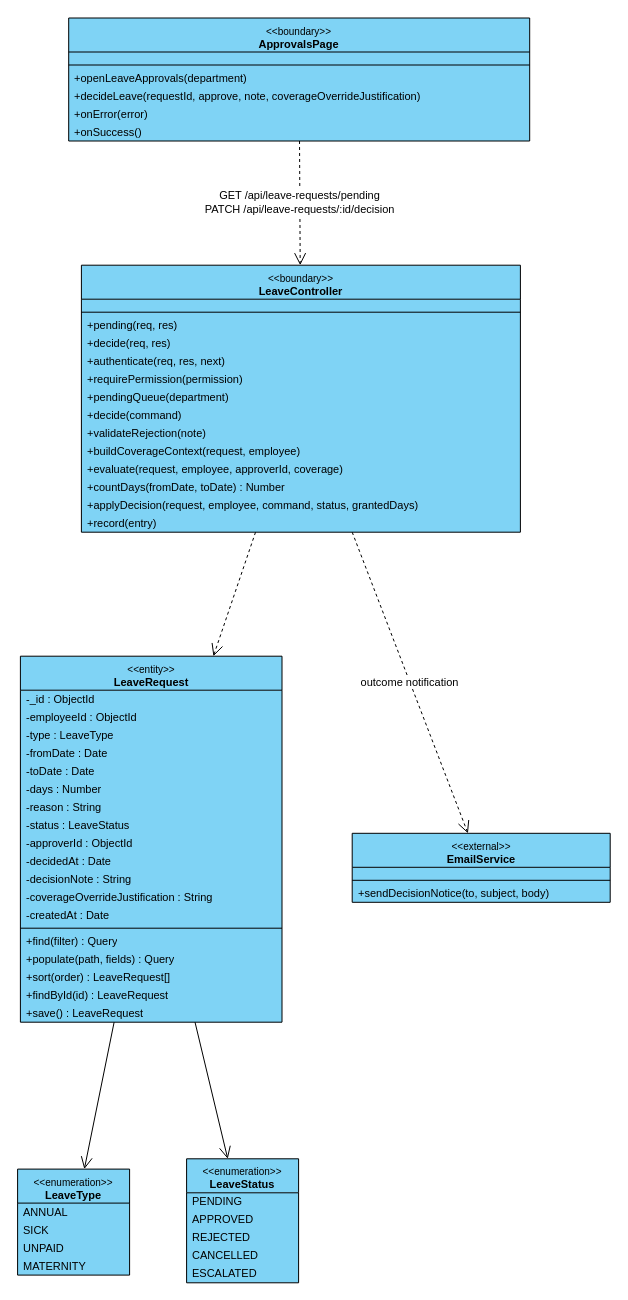
Earlier version of the draw.io diagram final/diagrams/M5_Front-Desk-And-HR_Diagrams/class_diagrams/CD-20_UC-M06_ApproveRejectLeaveRequest.drawio (toikobi401/SWD392). Source tidied: cells renumbered, new cells numbered last; positions are measured from the earlier drawing's top-left corner, leaving out a move shared by most shapes. Both pictures are drawn from the tidied source at 100%, with x=0, y=0 at pixel (17, 17).
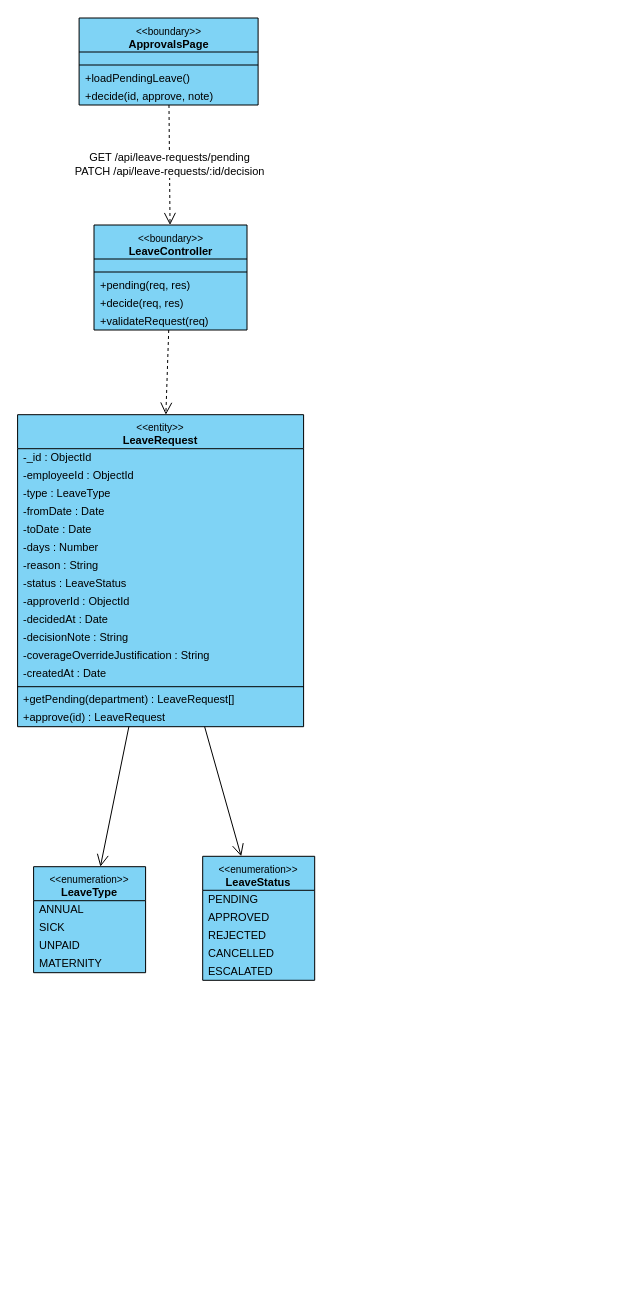
Above is the later version.

The edit, as a diff of the source:
```diff
@@
     <mxCell id="2" value="&lt;font style=&quot;font-size:10px&quot;&gt;&amp;lt;&amp;lt;boundary&amp;gt;&amp;gt;&lt;/font&gt;&lt;br&gt;&lt;b&gt;ApprovalsPage&lt;/b&gt;" style="swimlane;fontStyle=0;align=center;verticalAlign=top;horizontal=1;startSize=34;html=1;whiteSpace=wrap;fontSize=11;fillColor=#7fd3f5;swimlaneFillColor=#7fd3f5;strokeColor=#000000;" parent="1" vertex="1">
-      <mxGeometry x="51.2" y="0.5" width="461" height="123" as="geometry" />
+      <mxGeometry x="61.6" y="0.5" width="179" height="87" as="geometry" />
     </mxCell>
     <mxCell id="3" style="text;strokeColor=none;fillColor=none;html=1;" parent="2" vertex="1">
-      <mxGeometry y="34" width="461" height="9" as="geometry" />
+      <mxGeometry y="34" width="179" height="9" as="geometry" />
     </mxCell>
     <mxCell id="4" style="line;strokeWidth=1;fillColor=none;align=left;verticalAlign=middle;spacingTop=-1;spacingLeft=3;spacingRight=3;labelPosition=right;strokeColor=#000000;" parent="2" vertex="1">
-      <mxGeometry y="43" width="461" height="8" as="geometry" />
+      <mxGeometry y="43" width="179" height="8" as="geometry" />
     </mxCell>
-    <mxCell id="5" value="+openLeaveApprovals(department)" style="text;strokeColor=none;fillColor=none;align=left;verticalAlign=middle;spacingLeft=4;spacingRight=4;overflow=hidden;whiteSpace=nowrap;html=1;fontSize=11;" parent="2" vertex="1">
-      <mxGeometry y="51" width="461" height="18" as="geometry" />
+    <mxCell id="5" value="+loadPendingLeave()" style="text;strokeColor=none;fillColor=none;align=left;verticalAlign=middle;spacingLeft=4;spacingRight=4;overflow=hidden;whiteSpace=nowrap;html=1;fontSize=11;" parent="2" vertex="1">
+      <mxGeometry y="51" width="179" height="18" as="geometry" />
     </mxCell>
-    <mxCell id="6" value="+decideLeave(requestId, approve, note, coverageOverrideJustification)" style="text;strokeColor=none;fillColor=none;align=left;verticalAlign=middle;spacingLeft=4;spacingRight=4;overflow=hidden;whiteSpace=nowrap;html=1;fontSize=11;" parent="2" vertex="1">
-      <mxGeometry y="69" width="461" height="18" as="geometry" />
+    <mxCell id="6" value="+decide(id, approve, note)" style="text;strokeColor=none;fillColor=none;align=left;verticalAlign=middle;spacingLeft=4;spacingRight=4;overflow=hidden;whiteSpace=nowrap;html=1;fontSize=11;" parent="2" vertex="1">
+      <mxGeometry y="69" width="179" height="18" as="geometry" />
     </mxCell>
-    <mxCell id="7" value="+onError(error)" style="text;strokeColor=none;fillColor=none;align=left;verticalAlign=middle;spacingLeft=4;spacingRight=4;overflow=hidden;whiteSpace=nowrap;html=1;fontSize=11;" parent="2" vertex="1">
-      <mxGeometry y="87" width="461" height="18" as="geometry" />
-    </mxCell>
-    <mxCell id="8" value="+onSuccess()" style="text;strokeColor=none;fillColor=none;align=left;verticalAlign=middle;spacingLeft=4;spacingRight=4;overflow=hidden;whiteSpace=nowrap;html=1;fontSize=11;" parent="2" vertex="1">
-      <mxGeometry y="105" width="461" height="18" as="geometry" />
-    </mxCell>
     <mxCell id="9" value="&lt;font style=&quot;font-size:10px&quot;&gt;&amp;lt;&amp;lt;boundary&amp;gt;&amp;gt;&lt;/font&gt;&lt;br&gt;&lt;b&gt;LeaveController&lt;/b&gt;" style="swimlane;fontStyle=0;align=center;verticalAlign=top;horizontal=1;startSize=34;html=1;whiteSpace=wrap;fontSize=11;fillColor=#7fd3f5;swimlaneFillColor=#7fd3f5;strokeColor=#000000;" parent="1" vertex="1">
-      <mxGeometry x="63.9" y="247.7" width="439" height="267" as="geometry" />
+      <mxGeometry x="76.5" y="207.5" width="153" height="105" as="geometry" />
     </mxCell>
     <mxCell id="10" style="text;strokeColor=none;fillColor=none;html=1;" parent="9" vertex="1">
-      <mxGeometry y="34" width="439" height="9" as="geometry" />
+      <mxGeometry y="34" width="153" height="9" as="geometry" />
     </mxCell>
     <mxCell id="11" style="line;strokeWidth=1;fillColor=none;align=left;verticalAlign=middle;spacingTop=-1;spacingLeft=3;spacingRight=3;labelPosition=right;strokeColor=#000000;" parent="9" vertex="1">
-      <mxGeometry y="43" width="439" height="8" as="geometry" />
+      <mxGeometry y="43" width="153" height="8" as="geometry" />
     </mxCell>
     <mxCell id="12" value="+pending(req, res)" style="text;strokeColor=none;fillColor=none;align=left;verticalAlign=middle;spacingLeft=4;spacingRight=4;overflow=hidden;whiteSpace=nowrap;html=1;fontSize=11;" parent="9" vertex="1">
-      <mxGeometry y="51" width="439" height="18" as="geometry" />
+      <mxGeometry y="51" width="153" height="18" as="geometry" />
     </mxCell>
     <mxCell id="13" value="+decide(req, res)" style="text;strokeColor=none;fillColor=none;align=left;verticalAlign=middle;spacingLeft=4;spacingRight=4;overflow=hidden;whiteSpace=nowrap;html=1;fontSize=11;" parent="9" vertex="1">
-      <mxGeometry y="69" width="439" height="18" as="geometry" />
+      <mxGeometry y="69" width="153" height="18" as="geometry" />
     </mxCell>
-    <mxCell id="14" value="+authenticate(req, res, next)" style="text;strokeColor=none;fillColor=none;align=left;verticalAlign=middle;spacingLeft=4;spacingRight=4;overflow=hidden;whiteSpace=nowrap;html=1;fontSize=11;" parent="9" vertex="1">
-      <mxGeometry y="87" width="439" height="18" as="geometry" />
+    <mxCell id="14" value="+validateRequest(req)" style="text;strokeColor=none;fillColor=none;align=left;verticalAlign=middle;spacingLeft=4;spacingRight=4;overflow=hidden;whiteSpace=nowrap;html=1;fontSize=11;" parent="9" vertex="1">
+      <mxGeometry y="87" width="153" height="18" as="geometry" />
     </mxCell>
-    <mxCell id="15" value="+requirePermission(permission)" style="text;strokeColor=none;fillColor=none;align=left;verticalAlign=middle;spacingLeft=4;spacingRight=4;overflow=hidden;whiteSpace=nowrap;html=1;fontSize=11;" parent="9" vertex="1">
-      <mxGeometry y="105" width="439" height="18" as="geometry" />
-    </mxCell>
-    <mxCell id="16" value="+pendingQueue(department)" style="text;strokeColor=none;fillColor=none;align=left;verticalAlign=middle;spacingLeft=4;spacingRight=4;overflow=hidden;whiteSpace=nowrap;html=1;fontSize=11;" parent="9" vertex="1">
-      <mxGeometry y="123" width="439" height="18" as="geometry" />
-    </mxCell>
-    <mxCell id="17" value="+decide(command)" style="text;strokeColor=none;fillColor=none;align=left;verticalAlign=middle;spacingLeft=4;spacingRight=4;overflow=hidden;whiteSpace=nowrap;html=1;fontSize=11;" parent="9" vertex="1">
-      <mxGeometry y="141" width="439" height="18" as="geometry" />
-    </mxCell>
-    <mxCell id="18" value="+validateRejection(note)" style="text;strokeColor=none;fillColor=none;align=left;verticalAlign=middle;spacingLeft=4;spacingRight=4;overflow=hidden;whiteSpace=nowrap;html=1;fontSize=11;" parent="9" vertex="1">
-      <mxGeometry y="159" width="439" height="18" as="geometry" />
-    </mxCell>
-    <mxCell id="19" value="+buildCoverageContext(request, employee)" style="text;strokeColor=none;fillColor=none;align=left;verticalAlign=middle;spacingLeft=4;spacingRight=4;overflow=hidden;whiteSpace=nowrap;html=1;fontSize=11;" parent="9" vertex="1">
-      <mxGeometry y="177" width="439" height="18" as="geometry" />
-    </mxCell>
-    <mxCell id="20" value="+evaluate(request, employee, approverId, coverage)" style="text;strokeColor=none;fillColor=none;align=left;verticalAlign=middle;spacingLeft=4;spacingRight=4;overflow=hidden;whiteSpace=nowrap;html=1;fontSize=11;" parent="9" vertex="1">
-      <mxGeometry y="195" width="439" height="18" as="geometry" />
-    </mxCell>
-    <mxCell id="21" value="+countDays(fromDate, toDate) : Number" style="text;strokeColor=none;fillColor=none;align=left;verticalAlign=middle;spacingLeft=4;spacingRight=4;overflow=hidden;whiteSpace=nowrap;html=1;fontSize=11;" parent="9" vertex="1">
-      <mxGeometry y="213" width="439" height="18" as="geometry" />
-    </mxCell>
-    <mxCell id="22" value="+applyDecision(request, employee, command, status, grantedDays)" style="text;strokeColor=none;fillColor=none;align=left;verticalAlign=middle;spacingLeft=4;spacingRight=4;overflow=hidden;whiteSpace=nowrap;html=1;fontSize=11;" parent="9" vertex="1">
-      <mxGeometry y="231" width="439" height="18" as="geometry" />
-    </mxCell>
-    <mxCell id="23" value="+record(entry)" style="text;strokeColor=none;fillColor=none;align=left;verticalAlign=middle;spacingLeft=4;spacingRight=4;overflow=hidden;whiteSpace=nowrap;html=1;fontSize=11;" parent="9" vertex="1">
-      <mxGeometry y="249" width="439" height="18" as="geometry" />
-    </mxCell>
     <mxCell id="24" value="&lt;font style=&quot;font-size:10px&quot;&gt;&amp;lt;&amp;lt;entity&amp;gt;&amp;gt;&lt;/font&gt;&lt;br&gt;&lt;b&gt;LeaveRequest&lt;/b&gt;" style="swimlane;fontStyle=0;align=center;verticalAlign=top;horizontal=1;startSize=34;html=1;whiteSpace=wrap;fontSize=11;fillColor=#7fd3f5;swimlaneFillColor=#7fd3f5;strokeColor=#000000;" parent="1" vertex="1">
-      <mxGeometry x="2.9" y="638.7" width="261.6" height="366" as="geometry" />
+      <mxGeometry x="0.1" y="397.2" width="286" height="312" as="geometry" />
     </mxCell>
     <mxCell id="25" value="-_id : ObjectId" style="text;strokeColor=none;fillColor=none;align=left;verticalAlign=middle;spacingLeft=4;spacingRight=4;overflow=hidden;whiteSpace=nowrap;html=1;fontSize=11;" parent="24" vertex="1">
-      <mxGeometry y="34" width="261.6" height="18" as="geometry" />
+      <mxGeometry y="34" width="286" height="18" as="geometry" />
     </mxCell>
     <mxCell id="26" value="-employeeId : ObjectId" style="text;strokeColor=none;fillColor=none;align=left;verticalAlign=middle;spacingLeft=4;spacingRight=4;overflow=hidden;whiteSpace=nowrap;html=1;fontSize=11;" parent="24" vertex="1">
-      <mxGeometry y="52" width="261.6" height="18" as="geometry" />
+      <mxGeometry y="52" width="286" height="18" as="geometry" />
     </mxCell>
     <mxCell id="27" value="-type : LeaveType" style="text;strokeColor=none;fillColor=none;align=left;verticalAlign=middle;spacingLeft=4;spacingRight=4;overflow=hidden;whiteSpace=nowrap;html=1;fontSize=11;" parent="24" vertex="1">
-      <mxGeometry y="70" width="261.6" height="18" as="geometry" />
+      <mxGeometry y="70" width="286" height="18" as="geometry" />
     </mxCell>
     <mxCell id="28" value="-fromDate : Date" style="text;strokeColor=none;fillColor=none;align=left;verticalAlign=middle;spacingLeft=4;spacingRight=4;overflow=hidden;whiteSpace=nowrap;html=1;fontSize=11;" parent="24" vertex="1">
-      <mxGeometry y="88" width="261.6" height="18" as="geometry" />
+      <mxGeometry y="88" width="286" height="18" as="geometry" />
     </mxCell>
     <mxCell id="29" value="-toDate : Date" style="text;strokeColor=none;fillColor=none;align=left;verticalAlign=middle;spacingLeft=4;spacingRight=4;overflow=hidden;whiteSpace=nowrap;html=1;fontSize=11;" parent="24" vertex="1">
-      <mxGeometry y="106" width="261.6" height="18" as="geometry" />
+      <mxGeometry y="106" width="286" height="18" as="geometry" />
     </mxCell>
     <mxCell id="30" value="-days : Number" style="text;strokeColor=none;fillColor=none;align=left;verticalAlign=middle;spacingLeft=4;spacingRight=4;overflow=hidden;whiteSpace=nowrap;html=1;fontSize=11;" parent="24" vertex="1">
-      <mxGeometry y="124" width="261.6" height="18" as="geometry" />
+      <mxGeometry y="124" width="286" height="18" as="geometry" />
     </mxCell>
     <mxCell id="31" value="-reason : String" style="text;strokeColor=none;fillColor=none;align=left;verticalAlign=middle;spacingLeft=4;spacingRight=4;overflow=hidden;whiteSpace=nowrap;html=1;fontSize=11;" parent="24" vertex="1">
-      <mxGeometry y="142" width="261.6" height="18" as="geometry" />
+      <mxGeometry y="142" width="286" height="18" as="geometry" />
     </mxCell>
     <mxCell id="32" value="-status : LeaveStatus" style="text;strokeColor=none;fillColor=none;align=left;verticalAlign=middle;spacingLeft=4;spacingRight=4;overflow=hidden;whiteSpace=nowrap;html=1;fontSize=11;" parent="24" vertex="1">
-      <mxGeometry y="160" width="261.6" height="18" as="geometry" />
+      <mxGeometry y="160" width="286" height="18" as="geometry" />
     </mxCell>
     <mxCell id="33" value="-approverId : ObjectId" style="text;strokeColor=none;fillColor=none;align=left;verticalAlign=middle;spacingLeft=4;spacingRight=4;overflow=hidden;whiteSpace=nowrap;html=1;fontSize=11;" parent="24" vertex="1">
-      <mxGeometry y="178" width="261.6" height="18" as="geometry" />
+      <mxGeometry y="178" width="286" height="18" as="geometry" />
     </mxCell>
     <mxCell id="34" value="-decidedAt : Date" style="text;strokeColor=none;fillColor=none;align=left;verticalAlign=middle;spacingLeft=4;spacingRight=4;overflow=hidden;whiteSpace=nowrap;html=1;fontSize=11;" parent="24" vertex="1">
-      <mxGeometry y="196" width="261.6" height="18" as="geometry" />
+      <mxGeometry y="196" width="286" height="18" as="geometry" />
     </mxCell>
     <mxCell id="35" value="-decisionNote : String" style="text;strokeColor=none;fillColor=none;align=left;verticalAlign=middle;spacingLeft=4;spacingRight=4;overflow=hidden;whiteSpace=nowrap;html=1;fontSize=11;" parent="24" vertex="1">
-      <mxGeometry y="214" width="261.6" height="18" as="geometry" />
+      <mxGeometry y="214" width="286" height="18" as="geometry" />
     </mxCell>
     <mxCell id="36" value="-coverageOverrideJustification : String" style="text;strokeColor=none;fillColor=none;align=left;verticalAlign=middle;spacingLeft=4;spacingRight=4;overflow=hidden;whiteSpace=nowrap;html=1;fontSize=11;" parent="24" vertex="1">
-      <mxGeometry y="232" width="261.6" height="18" as="geometry" />
+      <mxGeometry y="232" width="286" height="18" as="geometry" />
     </mxCell>
     <mxCell id="37" value="-createdAt : Date" style="text;strokeColor=none;fillColor=none;align=left;verticalAlign=middle;spacingLeft=4;spacingRight=4;overflow=hidden;whiteSpace=nowrap;html=1;fontSize=11;" parent="24" vertex="1">
-      <mxGeometry y="250" width="261.6" height="18" as="geometry" />
+      <mxGeometry y="250" width="286" height="18" as="geometry" />
     </mxCell>
     <mxCell id="38" style="line;strokeWidth=1;fillColor=none;align=left;verticalAlign=middle;spacingTop=-1;spacingLeft=3;spacingRight=3;labelPosition=right;strokeColor=#000000;" parent="24" vertex="1">
-      <mxGeometry y="268" width="261.6" height="8" as="geometry" />
+      <mxGeometry y="268" width="286" height="8" as="geometry" />
     </mxCell>
-    <mxCell id="39" value="+find(filter) : Query" style="text;strokeColor=none;fillColor=none;align=left;verticalAlign=middle;spacingLeft=4;spacingRight=4;overflow=hidden;whiteSpace=nowrap;html=1;fontSize=11;" parent="24" vertex="1">
-      <mxGeometry y="276" width="261.6" height="18" as="geometry" />
+    <mxCell id="39" value="+getPending(department) : LeaveRequest[]" style="text;strokeColor=none;fillColor=none;align=left;verticalAlign=middle;spacingLeft=4;spacingRight=4;overflow=hidden;whiteSpace=nowrap;html=1;fontSize=11;" parent="24" vertex="1">
+      <mxGeometry y="276" width="286" height="18" as="geometry" />
     </mxCell>
-    <mxCell id="40" value="+populate(path, fields) : Query" style="text;strokeColor=none;fillColor=none;align=left;verticalAlign=middle;spacingLeft=4;spacingRight=4;overflow=hidden;whiteSpace=nowrap;html=1;fontSize=11;" parent="24" vertex="1">
-      <mxGeometry y="294" width="261.6" height="18" as="geometry" />
+    <mxCell id="40" value="+approve(id) : LeaveRequest" style="text;strokeColor=none;fillColor=none;align=left;verticalAlign=middle;spacingLeft=4;spacingRight=4;overflow=hidden;whiteSpace=nowrap;html=1;fontSize=11;" parent="24" vertex="1">
+      <mxGeometry y="294" width="286" height="18" as="geometry" />
     </mxCell>
-    <mxCell id="41" value="+sort(order) : LeaveRequest[]" style="text;strokeColor=none;fillColor=none;align=left;verticalAlign=middle;spacingLeft=4;spacingRight=4;overflow=hidden;whiteSpace=nowrap;html=1;fontSize=11;" parent="24" vertex="1">
-      <mxGeometry y="312" width="261.6" height="18" as="geometry" />
-    </mxCell>
-    <mxCell id="42" value="+findById(id) : LeaveRequest" style="text;strokeColor=none;fillColor=none;align=left;verticalAlign=middle;spacingLeft=4;spacingRight=4;overflow=hidden;whiteSpace=nowrap;html=1;fontSize=11;" parent="24" vertex="1">
-      <mxGeometry y="330" width="261.6" height="18" as="geometry" />
-    </mxCell>
-    <mxCell id="43" value="+save() : LeaveRequest" style="text;strokeColor=none;fillColor=none;align=left;verticalAlign=middle;spacingLeft=4;spacingRight=4;overflow=hidden;whiteSpace=nowrap;html=1;fontSize=11;" parent="24" vertex="1">
-      <mxGeometry y="348" width="261.6" height="18" as="geometry" />
-    </mxCell>
-    <mxCell id="44" value="&lt;font style=&quot;font-size:10px&quot;&gt;&amp;lt;&amp;lt;external&amp;gt;&amp;gt;&lt;/font&gt;&lt;br&gt;&lt;b&gt;EmailService&lt;/b&gt;" style="swimlane;fontStyle=0;align=center;verticalAlign=top;horizontal=1;startSize=34;html=1;whiteSpace=wrap;fontSize=11;fillColor=#7fd3f5;swimlaneFillColor=#7fd3f5;strokeColor=#000000;" parent="1" vertex="1">
-      <mxGeometry x="334.7" y="815.8" width="258" height="69" as="geometry" />
-    </mxCell>
-    <mxCell id="45" style="text;strokeColor=none;fillColor=none;html=1;" parent="44" vertex="1">
-      <mxGeometry y="34" width="258" height="9" as="geometry" />
-    </mxCell>
-    <mxCell id="46" style="line;strokeWidth=1;fillColor=none;align=left;verticalAlign=middle;spacingTop=-1;spacingLeft=3;spacingRight=3;labelPosition=right;strokeColor=#000000;" parent="44" vertex="1">
-      <mxGeometry y="43" width="258" height="8" as="geometry" />
-    </mxCell>
-    <mxCell id="47" value="+sendDecisionNotice(to, subject, body)" style="text;strokeColor=none;fillColor=none;align=left;verticalAlign=middle;spacingLeft=4;spacingRight=4;overflow=hidden;whiteSpace=nowrap;html=1;fontSize=11;" parent="44" vertex="1">
-      <mxGeometry y="51" width="258" height="18" as="geometry" />
-    </mxCell>
     <mxCell id="48" value="&lt;font style=&quot;font-size:10px&quot;&gt;&amp;lt;&amp;lt;enumeration&amp;gt;&amp;gt;&lt;/font&gt;&lt;br&gt;&lt;b&gt;LeaveType&lt;/b&gt;" style="swimlane;fontStyle=0;align=center;verticalAlign=top;horizontal=1;startSize=34;html=1;whiteSpace=wrap;fontSize=11;fillColor=#7fd3f5;swimlaneFillColor=#7fd3f5;strokeColor=#000000;" parent="1" vertex="1">
-      <mxGeometry x="0.1" y="1151.6" width="112" height="106" as="geometry" />
+      <mxGeometry x="16.1" y="849.2" width="112" height="106" as="geometry" />
     </mxCell>
@@
     <mxCell id="53" value="&lt;font style=&quot;font-size:10px&quot;&gt;&amp;lt;&amp;lt;enumeration&amp;gt;&amp;gt;&lt;/font&gt;&lt;br&gt;&lt;b&gt;LeaveStatus&lt;/b&gt;" style="swimlane;fontStyle=0;align=center;verticalAlign=top;horizontal=1;startSize=34;html=1;whiteSpace=wrap;fontSize=11;fillColor=#7fd3f5;swimlaneFillColor=#7fd3f5;strokeColor=#000000;" parent="1" vertex="1">
-      <mxGeometry x="169.1" y="1141.3" width="112" height="124" as="geometry" />
+      <mxGeometry x="185.2" y="838.8" width="112" height="124" as="geometry" />
     </mxCell>
@@
-    <mxCell id="61" value="outcome notification" style="html=1;rounded=0;fontSize=11;labelBackgroundColor=#ffffff;dashed=1;endArrow=open;endSize=10;" parent="1" edge="1" source="9" target="44">
+    <mxCell id="61" style="html=1;rounded=0;fontSize=11;labelBackgroundColor=#ffffff;endArrow=open;endSize=10;" parent="1" edge="1" source="24" target="48">
       <mxGeometry relative="1" as="geometry" />
     </mxCell>
-    <mxCell id="62" style="html=1;rounded=0;fontSize=11;labelBackgroundColor=#ffffff;endArrow=open;endSize=10;" parent="1" edge="1" source="24" target="48">
+    <mxCell id="62" style="html=1;rounded=0;fontSize=11;labelBackgroundColor=#ffffff;endArrow=open;endSize=10;" parent="1" edge="1" source="24" target="53">
       <mxGeometry relative="1" as="geometry" />
     </mxCell>
-    <mxCell id="63" style="html=1;rounded=0;fontSize=11;labelBackgroundColor=#ffffff;endArrow=open;endSize=10;" parent="1" edge="1" source="24" target="53">
-      <mxGeometry relative="1" as="geometry" />
-    </mxCell>
```
